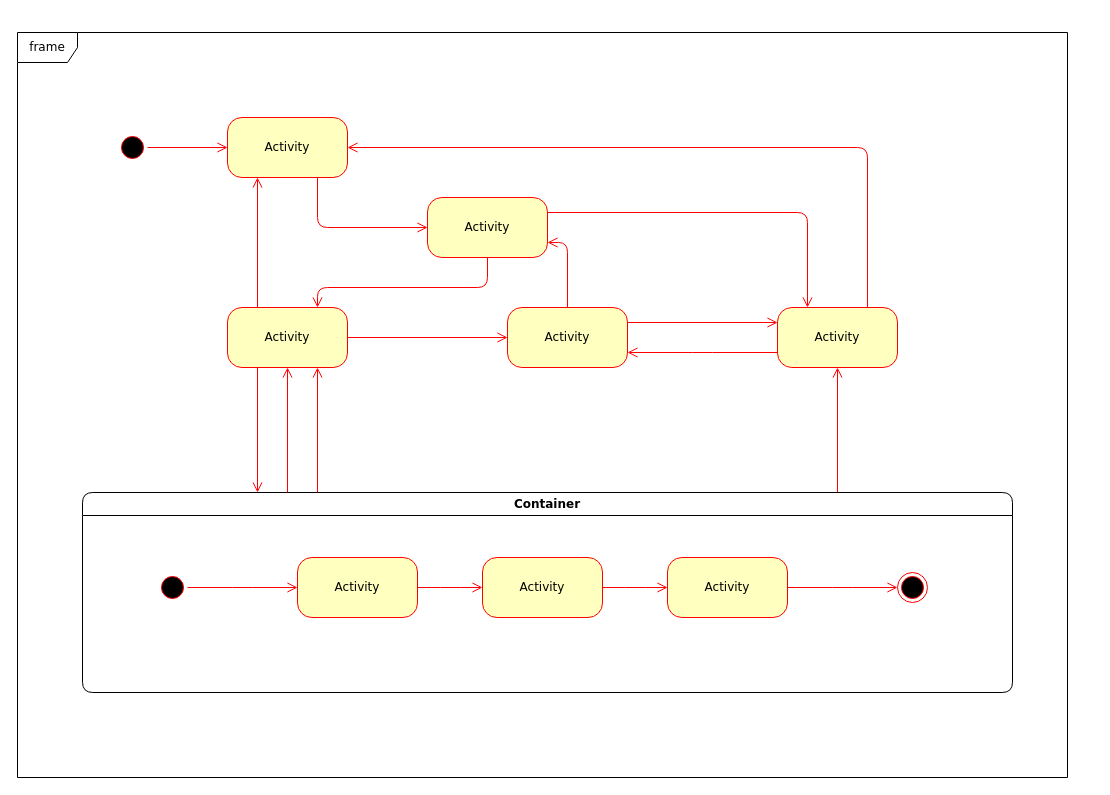
SimThread/prototype keeps this draw.io diagram as Untitled Diagram.drawio. Above is the earlier version. Source tidied: cells renumbered, new cells numbered last; positions are measured from the earlier drawing's top-left corner, leaving out a move shared by most shapes. Both pictures are drawn from the tidied source at 100%, with x=0, y=0 at pixel (17, 32).
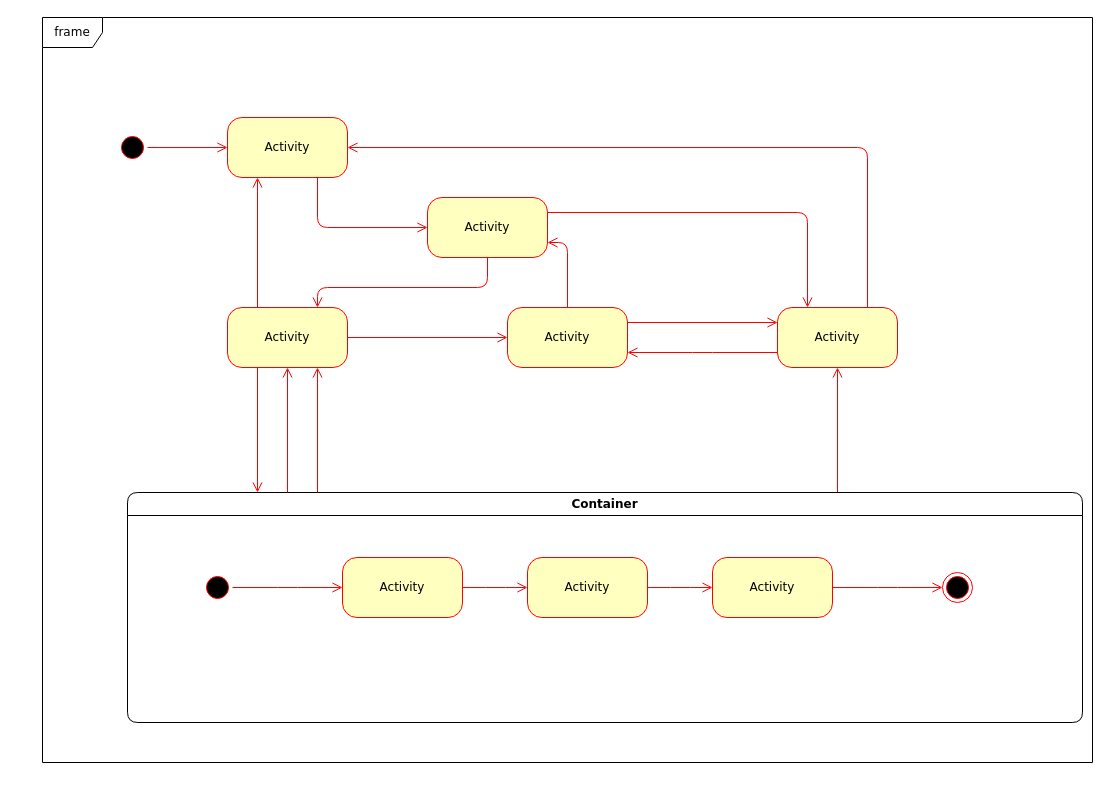
The same diagram, later.

Diff of the diagram source:
```diff
@@
     <mxCell id="12" value="Container" style="swimlane;whiteSpace=wrap;html=1;rounded=1;shadow=0;comic=0;labelBackgroundColor=none;strokeWidth=1;fontFamily=Verdana;fontSize=12;align=center;" parent="1" vertex="1">
-      <mxGeometry x="65" y="460" width="930" height="200" as="geometry" />
+      <mxGeometry x="110" y="460" width="955" height="230" as="geometry" />
     </mxCell>
@@
-    <mxCell id="22" value="frame" style="shape=umlFrame;whiteSpace=wrap;html=1;rounded=1;shadow=0;comic=0;labelBackgroundColor=none;strokeWidth=1;fontFamily=Verdana;fontSize=12;align=center;" parent="1" vertex="1">
-      <mxGeometry width="1050" height="745" as="geometry" />
+    <mxCell id="22" value="frame" style="shape=umlFrame;whiteSpace=wrap;html=1;rounded=1;shadow=0;comic=0;labelBackgroundColor=none;strokeWidth=1;fontFamily=Verdana;fontSize=12;align=center;" parent="12" vertex="1">
+      <mxGeometry x="-85" y="-475" width="1050" height="745" as="geometry" />
     </mxCell>
```
